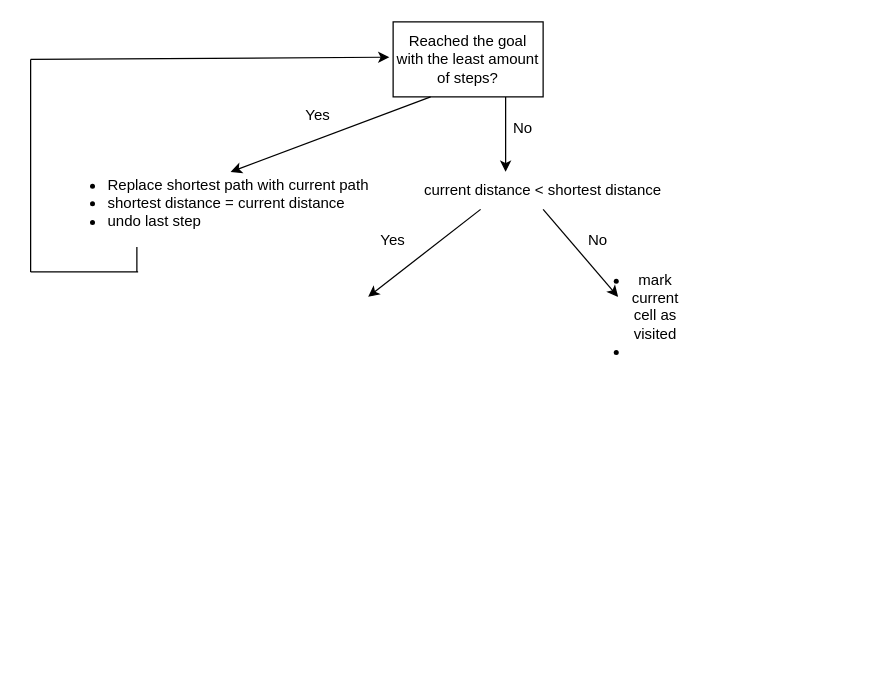
Earlier version of the draw.io diagram documents/pathplanning.drawio (joshuawe/Micromouse). Source tidied: cells renumbered, new cells numbered last; positions are measured from the earlier drawing's top-left corner, leaving out a move shared by most shapes. Both pictures are drawn from the tidied source at 125%, with x=0, y=0 at pixel (30, 21).
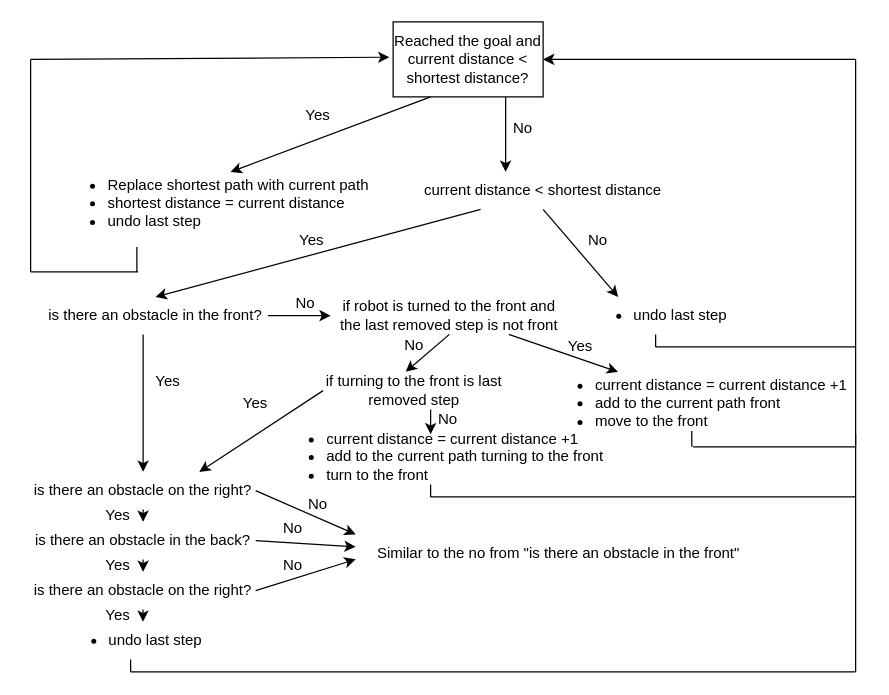
Above is the later version.

Commit message (it also covers changes not shown here):
picture path planning added

Unchanged cells that the change refers to:
```xml
<mxCell id="12" value="current distance &amp;lt; shortest distance" style="text;html=1;strokeColor=none;fillColor=none;align=center;verticalAlign=middle;whiteSpace=wrap;rounded=0;fontColor=#000000;" parent="1" vertex="1">
  <mxGeometry x="310" y="120" width="200" height="30" as="geometry" />
</mxCell>
```

What changed in the source:
```diff
@@
-    <mxCell id="2" value="Reached the goal with the least amount of steps?" style="rounded=0;whiteSpace=wrap;html=1;fontColor=#000000;" parent="1" vertex="1">
+    <mxCell id="2" value="Reached the goal and current distance &amp;lt; shortest distance?" style="rounded=0;whiteSpace=wrap;html=1;fontColor=#000000;" parent="1" vertex="1">
       <mxGeometry x="290" width="120" height="60" as="geometry" />
     </mxCell>
@@
-    <mxCell id="13" style="endArrow=classic;html=1;rounded=0;fontColor=#000000;exitX=0.25;exitY=1;exitDx=0;exitDy=0;" parent="1" edge="1" source="12">
-      <mxGeometry relative="1" as="geometry">
-        <mxPoint x="270" y="220" as="targetPoint" />
-      </mxGeometry>
+    <mxCell id="13" style="endArrow=classic;html=1;rounded=0;fontColor=#000000;exitX=0.25;exitY=1;exitDx=0;exitDy=0;entryX=0.5;entryY=0;entryDx=0;entryDy=0;" parent="1" edge="1" source="12" target="18">
+      <mxGeometry relative="1" as="geometry" />
     </mxCell>
     <mxCell id="14" value="Yes" style="text;html=1;strokeColor=none;fillColor=none;align=center;verticalAlign=middle;whiteSpace=wrap;rounded=0;fontColor=#000000;" parent="1" vertex="1">
-      <mxGeometry x="260" y="160" width="60" height="30" as="geometry" />
+      <mxGeometry x="195" y="160" width="60" height="30" as="geometry" />
     </mxCell>
@@
-    <mxCell id="17" value="&lt;ul&gt;&lt;li&gt;mark current cell as visited&lt;/li&gt;&lt;li&gt;&lt;br&gt;&lt;/li&gt;&lt;/ul&gt;" style="text;html=1;strokeColor=none;fillColor=none;align=center;verticalAlign=middle;whiteSpace=wrap;rounded=0;fontColor=#000000;" parent="1" vertex="1">
-      <mxGeometry x="450" y="220" width="60" height="30" as="geometry" />
+    <mxCell id="17" value="&lt;ul&gt;&lt;li&gt;undo last step&lt;/li&gt;&lt;/ul&gt;" style="text;html=1;strokeColor=none;fillColor=none;align=center;verticalAlign=middle;whiteSpace=wrap;rounded=0;fontColor=#000000;" parent="1" vertex="1">
+      <mxGeometry x="440" y="220" width="120" height="30" as="geometry" />
     </mxCell>
+    <mxCell id="18" value="is there an obstacle in the front?" style="text;html=1;strokeColor=none;fillColor=none;align=center;verticalAlign=middle;whiteSpace=wrap;rounded=0;fontColor=#000000;" parent="1" vertex="1">
+      <mxGeometry x="10" y="220" width="180" height="30" as="geometry" />
+    </mxCell>
+    <mxCell id="19" style="endArrow=classic;html=1;rounded=0;fontColor=#000000;entryX=1;entryY=0.5;entryDx=0;entryDy=0;" parent="1" edge="1" target="2">
+      <mxGeometry relative="1" as="geometry">
+        <mxPoint x="660" y="30" as="sourcePoint" />
+      </mxGeometry>
+    </mxCell>
+    <mxCell id="20" style="endArrow=none;html=1;rounded=0;fontColor=#000000;" parent="1" edge="1">
+      <mxGeometry relative="1" as="geometry">
+        <mxPoint x="660" y="260" as="sourcePoint" />
+        <mxPoint x="660" y="30" as="targetPoint" />
+      </mxGeometry>
+    </mxCell>
+    <mxCell id="21" style="endArrow=none;html=1;rounded=0;fontColor=#000000;" parent="1" edge="1">
+      <mxGeometry relative="1" as="geometry">
+        <mxPoint x="660" y="260" as="sourcePoint" />
+        <mxPoint x="500" y="260" as="targetPoint" />
+      </mxGeometry>
+    </mxCell>
+    <mxCell id="22" style="endArrow=none;html=1;rounded=0;fontColor=#000000;entryX=0.5;entryY=1;entryDx=0;entryDy=0;" parent="1" edge="1" target="17">
+      <mxGeometry relative="1" as="geometry">
+        <mxPoint x="500" y="260" as="sourcePoint" />
+      </mxGeometry>
+    </mxCell>
+    <mxCell id="23" style="endArrow=classic;html=1;rounded=0;fontColor=#000000;entryX=0.5;entryY=0;entryDx=0;entryDy=0;" parent="1" edge="1" target="24">
+      <mxGeometry relative="1" as="geometry">
+        <mxPoint x="90" y="250" as="sourcePoint" />
+        <Array as="points">
+          <mxPoint x="90" y="250" />
+          <mxPoint x="90" y="290" />
+        </Array>
+      </mxGeometry>
+    </mxCell>
+    <mxCell id="24" value="is there an obstacle on the right?" style="text;html=1;strokeColor=none;fillColor=none;align=center;verticalAlign=middle;whiteSpace=wrap;rounded=0;fontColor=#000000;" parent="1" vertex="1">
+      <mxGeometry y="360" width="180" height="30" as="geometry" />
+    </mxCell>
+    <mxCell id="25" value="Yes" style="text;html=1;strokeColor=none;fillColor=none;align=center;verticalAlign=middle;whiteSpace=wrap;rounded=0;fontColor=#000000;" parent="1" vertex="1">
+      <mxGeometry x="40" y="420" width="60" height="30" as="geometry" />
+    </mxCell>
+    <mxCell id="26" value="is there an obstacle in the back?" style="text;html=1;strokeColor=none;fillColor=none;align=center;verticalAlign=middle;whiteSpace=wrap;rounded=0;fontColor=#000000;" parent="1" vertex="1">
+      <mxGeometry y="400" width="180" height="30" as="geometry" />
+    </mxCell>
+    <mxCell id="27" value="is there an obstacle on the right?" style="text;html=1;strokeColor=none;fillColor=none;align=center;verticalAlign=middle;whiteSpace=wrap;rounded=0;fontColor=#000000;" parent="1" vertex="1">
+      <mxGeometry y="440" width="180" height="30" as="geometry" />
+    </mxCell>
+    <mxCell id="28" style="endArrow=classic;html=1;rounded=0;fontColor=#000000;exitX=0.5;exitY=1;exitDx=0;exitDy=0;" parent="1" edge="1" source="24" target="26">
+      <mxGeometry relative="1" as="geometry" />
+    </mxCell>
+    <mxCell id="29" style="endArrow=classic;html=1;rounded=0;fontColor=#000000;exitX=0.5;exitY=1;exitDx=0;exitDy=0;" parent="1" edge="1" source="26" target="27">
+      <mxGeometry relative="1" as="geometry" />
+    </mxCell>
+    <mxCell id="30" value="Yes" style="text;html=1;strokeColor=none;fillColor=none;align=center;verticalAlign=middle;whiteSpace=wrap;rounded=0;fontColor=#000000;" parent="1" vertex="1">
+      <mxGeometry x="40" y="380" width="60" height="30" as="geometry" />
+    </mxCell>
+    <mxCell id="31" value="Yes" style="text;html=1;strokeColor=none;fillColor=none;align=center;verticalAlign=middle;whiteSpace=wrap;rounded=0;fontColor=#000000;" parent="1" vertex="1">
+      <mxGeometry x="80" y="273" width="60" height="30" as="geometry" />
+    </mxCell>
+    <mxCell id="32" value="if robot is turned to the front and the last removed step is not front" style="text;html=1;strokeColor=none;fillColor=none;align=center;verticalAlign=middle;whiteSpace=wrap;rounded=0;fontColor=#000000;" parent="1" vertex="1">
+      <mxGeometry x="240" y="220" width="190" height="30" as="geometry" />
+    </mxCell>
+    <mxCell id="33" style="endArrow=classic;html=1;rounded=0;fontColor=#000000;exitX=1;exitY=0.5;exitDx=0;exitDy=0;" parent="1" edge="1" source="18">
+      <mxGeometry relative="1" as="geometry">
+        <mxPoint x="240" y="235" as="targetPoint" />
+      </mxGeometry>
+    </mxCell>
+    <mxCell id="34" value="No" style="text;html=1;strokeColor=none;fillColor=none;align=center;verticalAlign=middle;whiteSpace=wrap;rounded=0;fontColor=#000000;" parent="1" vertex="1">
+      <mxGeometry x="190" y="210" width="60" height="30" as="geometry" />
+    </mxCell>
+    <mxCell id="35" style="endArrow=classic;html=1;rounded=0;fontColor=#000000;exitX=0.75;exitY=1;exitDx=0;exitDy=0;" parent="1" edge="1" source="32">
+      <mxGeometry relative="1" as="geometry">
+        <mxPoint x="470" y="280" as="targetPoint" />
+      </mxGeometry>
+    </mxCell>
+    <mxCell id="36" value="Yes" style="text;html=1;strokeColor=none;fillColor=none;align=center;verticalAlign=middle;whiteSpace=wrap;rounded=0;fontColor=#000000;" parent="1" vertex="1">
+      <mxGeometry x="410" y="246" width="60" height="28" as="geometry" />
+    </mxCell>
+    <mxCell id="37" value="&lt;ul&gt;&lt;li&gt;current distance = current distance +1&lt;/li&gt;&lt;li&gt;add to the current path front&lt;/li&gt;&lt;li&gt;move to the front&lt;/li&gt;&lt;/ul&gt;" style="text;html=1;strokeColor=none;fillColor=none;align=left;verticalAlign=middle;whiteSpace=wrap;rounded=0;fontColor=#000000;" parent="1" vertex="1">
+      <mxGeometry x="410" y="290" width="259" height="30" as="geometry" />
+    </mxCell>
+    <mxCell id="38" style="endArrow=none;html=1;rounded=0;fontColor=#000000;entryX=0.459;entryY=1.243;entryDx=0;entryDy=0;entryPerimeter=0;" parent="1" edge="1" target="37">
+      <mxGeometry relative="1" as="geometry">
+        <mxPoint x="529" y="340" as="sourcePoint" />
+      </mxGeometry>
+    </mxCell>
+    <mxCell id="39" style="endArrow=none;html=1;rounded=0;fontColor=#000000;" parent="1" edge="1">
+      <mxGeometry relative="1" as="geometry">
+        <mxPoint x="530" y="340" as="sourcePoint" />
+        <mxPoint x="660" y="340" as="targetPoint" />
+      </mxGeometry>
+    </mxCell>
+    <mxCell id="40" style="endArrow=none;html=1;rounded=0;fontColor=#000000;" parent="1" edge="1">
+      <mxGeometry relative="1" as="geometry">
+        <mxPoint x="660" y="340" as="sourcePoint" />
+        <mxPoint x="660" y="260" as="targetPoint" />
+      </mxGeometry>
+    </mxCell>
+    <mxCell id="41" style="endArrow=classic;html=1;rounded=0;fontColor=#000000;exitX=0.5;exitY=1;exitDx=0;exitDy=0;" parent="1" edge="1" source="32">
+      <mxGeometry relative="1" as="geometry">
+        <mxPoint x="300" y="280" as="targetPoint" />
+      </mxGeometry>
+    </mxCell>
+    <mxCell id="42" value="No" style="text;html=1;strokeColor=none;fillColor=none;align=center;verticalAlign=middle;whiteSpace=wrap;rounded=0;fontColor=#000000;" parent="1" vertex="1">
+      <mxGeometry x="277" y="244" width="60" height="30" as="geometry" />
+    </mxCell>
+    <mxCell id="43" value="if turning to the front is last removed step" style="text;html=1;strokeColor=none;fillColor=none;align=center;verticalAlign=middle;whiteSpace=wrap;rounded=0;fontColor=#000000;" parent="1" vertex="1">
+      <mxGeometry x="234" y="280" width="146" height="30" as="geometry" />
+    </mxCell>
+    <mxCell id="44" style="endArrow=classic;html=1;rounded=0;fontColor=#000000;exitX=0;exitY=0.5;exitDx=0;exitDy=0;entryX=0.75;entryY=0;entryDx=0;entryDy=0;" parent="1" edge="1" source="43" target="24">
+      <mxGeometry relative="1" as="geometry" />
+    </mxCell>
+    <mxCell id="45" value="Yes" style="text;html=1;strokeColor=none;fillColor=none;align=center;verticalAlign=middle;whiteSpace=wrap;rounded=0;fontColor=#000000;" parent="1" vertex="1">
+      <mxGeometry x="150" y="290" width="60" height="30" as="geometry" />
+    </mxCell>
+    <mxCell id="46" style="endArrow=classic;html=1;rounded=0;fontColor=#000000;" parent="1" edge="1">
+      <mxGeometry relative="1" as="geometry">
+        <mxPoint x="320" y="310" as="sourcePoint" />
+        <mxPoint x="320" y="330" as="targetPoint" />
+      </mxGeometry>
+    </mxCell>
+    <mxCell id="47" value="No" style="text;html=1;strokeColor=none;fillColor=none;align=center;verticalAlign=middle;whiteSpace=wrap;rounded=0;fontColor=#000000;" parent="1" vertex="1">
+      <mxGeometry x="304" y="303" width="60" height="30" as="geometry" />
+    </mxCell>
+    <mxCell id="48" value="&lt;ul&gt;&lt;li&gt;current distance = current distance +1&lt;/li&gt;&lt;li&gt;add to the current path turning to the front&lt;/li&gt;&lt;li&gt;turn to the front&lt;/li&gt;&lt;/ul&gt;" style="text;html=1;strokeColor=none;fillColor=none;align=left;verticalAlign=middle;whiteSpace=wrap;rounded=0;fontColor=#000000;" parent="1" vertex="1">
+      <mxGeometry x="195" y="333" width="267" height="30" as="geometry" />
+    </mxCell>
+    <mxCell id="49" style="endArrow=none;html=1;rounded=0;fontColor=#000000;" parent="1" edge="1">
+      <mxGeometry relative="1" as="geometry">
+        <mxPoint x="320" y="370" as="sourcePoint" />
+        <mxPoint x="320" y="380" as="targetPoint" />
+      </mxGeometry>
+    </mxCell>
+    <mxCell id="50" style="endArrow=none;html=1;rounded=0;fontColor=#000000;" parent="1" edge="1">
+      <mxGeometry relative="1" as="geometry">
+        <mxPoint x="320" y="380" as="sourcePoint" />
+        <mxPoint x="660" y="380" as="targetPoint" />
+      </mxGeometry>
+    </mxCell>
+    <mxCell id="51" style="endArrow=none;html=1;rounded=0;fontColor=#000000;" parent="1" edge="1">
+      <mxGeometry relative="1" as="geometry">
+        <mxPoint x="660" y="380" as="sourcePoint" />
+        <mxPoint x="660" y="330" as="targetPoint" />
+      </mxGeometry>
+    </mxCell>
+    <mxCell id="52" style="endArrow=classic;html=1;rounded=0;fontColor=#000000;exitX=1;exitY=0.5;exitDx=0;exitDy=0;" parent="1" edge="1" source="24">
+      <mxGeometry relative="1" as="geometry">
+        <mxPoint x="260" y="410" as="targetPoint" />
+      </mxGeometry>
+    </mxCell>
+    <mxCell id="53" style="endArrow=classic;html=1;rounded=0;fontColor=#000000;exitX=1;exitY=0.5;exitDx=0;exitDy=0;" parent="1" edge="1" source="26">
+      <mxGeometry relative="1" as="geometry">
+        <mxPoint x="260" y="420" as="targetPoint" />
+      </mxGeometry>
+    </mxCell>
+    <mxCell id="54" style="endArrow=classic;html=1;rounded=0;fontColor=#000000;" parent="1" edge="1">
+      <mxGeometry relative="1" as="geometry">
+        <mxPoint x="180" y="455" as="sourcePoint" />
+        <mxPoint x="260" y="430" as="targetPoint" />
+      </mxGeometry>
+    </mxCell>
+    <mxCell id="55" value="No" style="text;html=1;strokeColor=none;fillColor=none;align=center;verticalAlign=middle;whiteSpace=wrap;rounded=0;fontColor=#000000;" parent="1" vertex="1">
+      <mxGeometry x="200" y="371" width="60" height="30" as="geometry" />
+    </mxCell>
+    <mxCell id="56" value="No" style="text;html=1;strokeColor=none;fillColor=none;align=center;verticalAlign=middle;whiteSpace=wrap;rounded=0;fontColor=#000000;" parent="1" vertex="1">
+      <mxGeometry x="180" y="390" width="60" height="30" as="geometry" />
+    </mxCell>
+    <mxCell id="57" value="No" style="text;html=1;strokeColor=none;fillColor=none;align=center;verticalAlign=middle;whiteSpace=wrap;rounded=0;fontColor=#000000;" parent="1" vertex="1">
+      <mxGeometry x="180" y="420" width="60" height="30" as="geometry" />
+    </mxCell>
+    <mxCell id="58" value="Similar to the no from &quot;is there an obstacle in the front&quot;" style="text;html=1;strokeColor=none;fillColor=none;align=center;verticalAlign=middle;whiteSpace=wrap;rounded=0;fontColor=#000000;" parent="1" vertex="1">
+      <mxGeometry x="270" y="410" width="305" height="30" as="geometry" />
+    </mxCell>
+    <mxCell id="59" value="&lt;ul&gt;&lt;li&gt;undo last step&lt;/li&gt;&lt;/ul&gt;" style="text;html=1;strokeColor=none;fillColor=none;align=center;verticalAlign=middle;whiteSpace=wrap;rounded=0;fontColor=#000000;" parent="1" vertex="1">
+      <mxGeometry x="20" y="480" width="120" height="30" as="geometry" />
+    </mxCell>
+    <mxCell id="60" style="endArrow=classic;html=1;rounded=0;fontColor=#000000;exitX=0.5;exitY=1;exitDx=0;exitDy=0;" parent="1" edge="1">
+      <mxGeometry relative="1" as="geometry">
+        <mxPoint x="89.9" y="470" as="sourcePoint" />
+        <mxPoint x="89.9" y="480" as="targetPoint" />
+      </mxGeometry>
+    </mxCell>
+    <mxCell id="61" value="Yes" style="text;html=1;strokeColor=none;fillColor=none;align=center;verticalAlign=middle;whiteSpace=wrap;rounded=0;fontColor=#000000;" parent="1" vertex="1">
+      <mxGeometry x="40" y="460" width="60" height="30" as="geometry" />
+    </mxCell>
+    <mxCell id="62" style="endArrow=none;html=1;rounded=0;fontColor=#000000;exitX=0.5;exitY=1;exitDx=0;exitDy=0;" parent="1" edge="1" source="59">
+      <mxGeometry relative="1" as="geometry">
+        <mxPoint x="80" y="520" as="targetPoint" />
+      </mxGeometry>
+    </mxCell>
+    <mxCell id="63" style="endArrow=none;html=1;rounded=0;fontColor=#000000;" parent="1" edge="1">
+      <mxGeometry relative="1" as="geometry">
+        <mxPoint x="80" y="520" as="sourcePoint" />
+        <mxPoint x="660" y="520" as="targetPoint" />
+      </mxGeometry>
+    </mxCell>
+    <mxCell id="64" style="endArrow=none;html=1;rounded=0;fontColor=#000000;" parent="1" edge="1">
+      <mxGeometry relative="1" as="geometry">
+        <mxPoint x="660" y="520" as="sourcePoint" />
+        <mxPoint x="660" y="380" as="targetPoint" />
+      </mxGeometry>
+    </mxCell>
```
